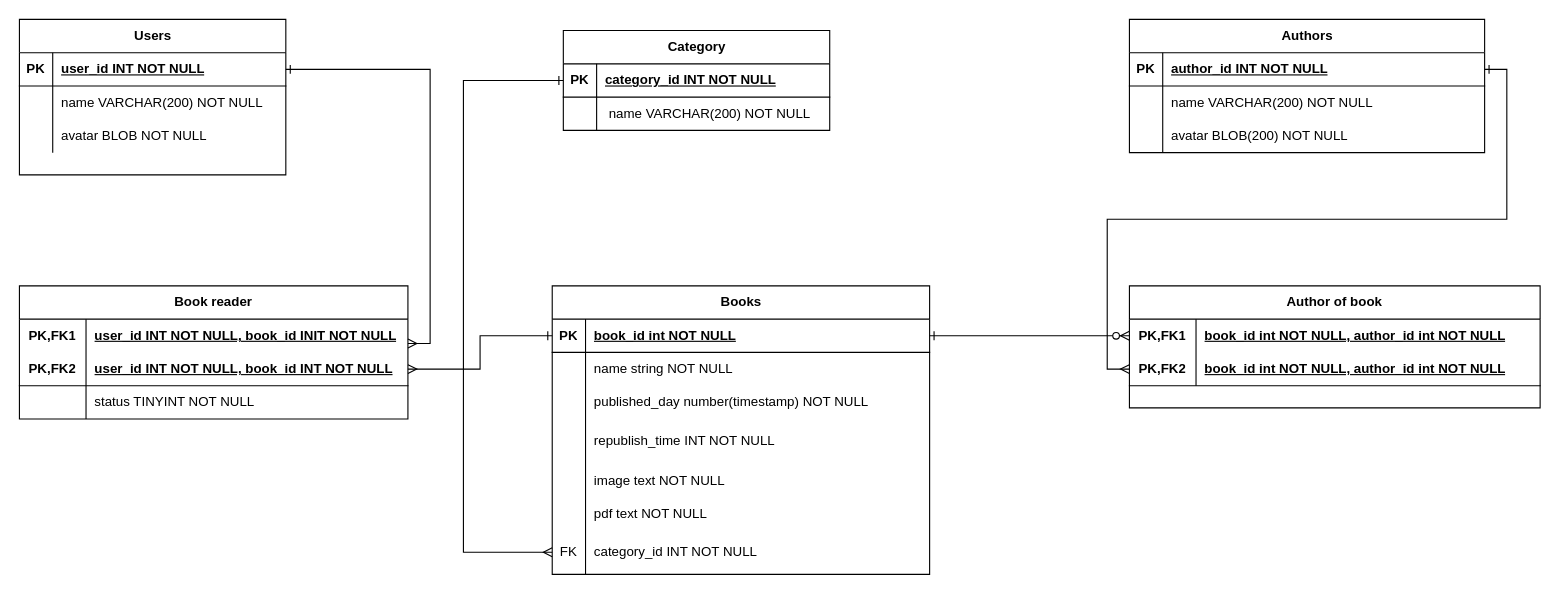
This is database.drawio from hoainam1998/Book_App, a draw.io file, before an edit. Source tidied: cells renumbered, new cells numbered last; positions are measured from the earlier drawing's top-left corner, leaving out a move shared by most shapes. Both pictures are drawn from the tidied source at 111%, with x=0, y=0 at pixel (19, 19).
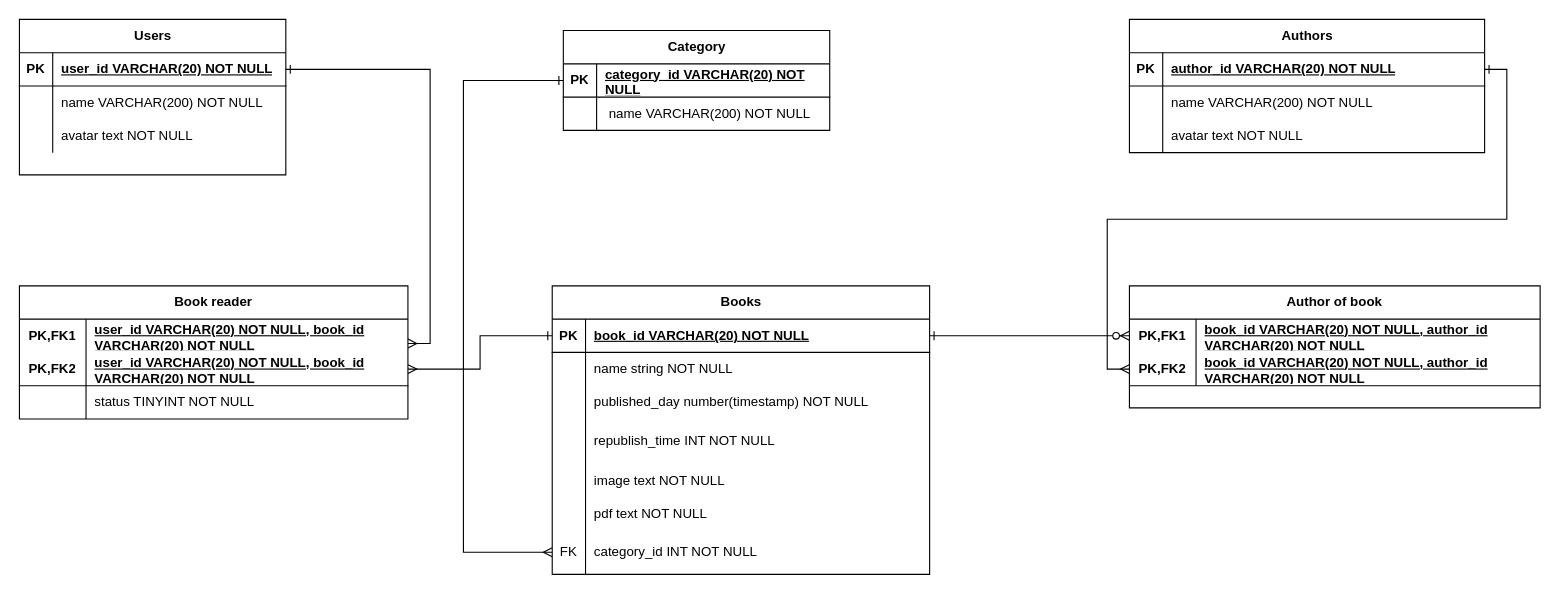
Above is the later version.

The change refers to these unchanged cells:
```xml
<mxCell id="4" style="shape=tableRow;horizontal=0;startSize=0;swimlaneHead=0;swimlaneBody=0;fillColor=none;points=[[0,0.5],[1,0.5]];portConstraint=eastwest;top=0;left=0;right=0;bottom=0;html=1;" parent="3" vertex="1">
  <mxGeometry y="30" width="370" height="30" as="geometry" />
</mxCell>
<mxCell id="7" style="shape=tableRow;horizontal=0;startSize=0;swimlaneHead=0;swimlaneBody=0;fillColor=none;points=[[0,0.5],[1,0.5]];portConstraint=eastwest;top=0;left=0;right=0;bottom=1;html=1;" parent="3" vertex="1">
  <mxGeometry y="60" width="370" height="30" as="geometry" />
</mxCell>
<mxCell id="11" style="shape=tableRow;horizontal=0;startSize=0;swimlaneHead=0;swimlaneBody=0;fillColor=none;points=[[0,0.5],[1,0.5]];portConstraint=eastwest;top=0;left=0;right=0;bottom=1;" parent="10" vertex="1">
  <mxGeometry y="30" width="320" height="30" as="geometry" />
</mxCell>
<mxCell id="17" style="shape=tableRow;horizontal=0;startSize=0;swimlaneHead=0;swimlaneBody=0;fillColor=none;top=0;left=0;right=0;bottom=0;" parent="10" vertex="1">
  <mxGeometry y="90" width="320" height="30" as="geometry" />
</mxCell>
<mxCell id="22" style="shape=tableRow;horizontal=0;startSize=0;swimlaneHead=0;swimlaneBody=0;fillColor=none;top=0;left=0;right=0;bottom=1;" parent="21" vertex="1">
  <mxGeometry y="30" width="240" height="30" as="geometry" />
</mxCell>
<mxCell id="29" style="shape=tableRow;horizontal=0;startSize=0;swimlaneHead=0;swimlaneBody=0;fillColor=none;points=[[0,0.5],[1,0.5]];portConstraint=eastwest;top=0;left=0;right=0;bottom=1;" parent="28" vertex="1">
  <mxGeometry y="30" width="340" height="30" as="geometry" />
</mxCell>
<mxCell id="51" style="shape=tableRow;horizontal=0;startSize=0;swimlaneHead=0;swimlaneBody=0;fillColor=none;points=[[0,0.5],[1,0.5]];portConstraint=eastwest;top=0;left=0;right=0;bottom=1;" parent="50" vertex="1">
  <mxGeometry y="30" width="240" height="30" as="geometry" />
</mxCell>
<mxCell id="57" style="shape=tableRow;horizontal=0;startSize=0;swimlaneHead=0;swimlaneBody=0;fillColor=none;top=0;left=0;right=0;bottom=0;" parent="50" vertex="1">
  <mxGeometry y="90" width="240" height="30" as="geometry" />
</mxCell>
<mxCell id="61" style="shape=tableRow;horizontal=0;startSize=0;swimlaneHead=0;swimlaneBody=0;fillColor=none;points=[[0,0.5],[1,0.5]];portConstraint=eastwest;top=0;left=0;right=0;bottom=0;html=1;" parent="60" vertex="1">
  <mxGeometry y="30" width="350" height="30" as="geometry" />
</mxCell>
<mxCell id="64" style="shape=tableRow;horizontal=0;startSize=0;swimlaneHead=0;swimlaneBody=0;fillColor=none;points=[[0,0.5],[1,0.5]];portConstraint=eastwest;top=0;left=0;right=0;bottom=1;html=1;" parent="60" vertex="1">
  <mxGeometry y="60" width="350" height="30" as="geometry" />
</mxCell>
```

Change to the diagram source:
```diff
@@
-    <mxCell id="6" value="book_id int NOT NULL, author_id int NOT NULL" style="shape=partialRectangle;fillColor=none;top=0;left=0;bottom=0;right=0;align=left;spacingLeft=6;fontStyle=5;overflow=hidden;html=1;whiteSpace=wrap;" parent="4" vertex="1">
+    <mxCell id="6" value="book_id VARCHAR(20) NOT NULL, author_id VARCHAR(20) NOT NULL" style="shape=partialRectangle;fillColor=none;top=0;left=0;bottom=0;right=0;align=left;spacingLeft=6;fontStyle=5;overflow=hidden;html=1;whiteSpace=wrap;" parent="4" vertex="1">
       <mxGeometry x="60" width="310" height="30" as="geometry" />
     </mxCell>
@@
-    <mxCell id="9" value="book_id int NOT NULL, author_id int NOT NULL" style="shape=partialRectangle;fillColor=none;top=0;left=0;bottom=0;right=0;align=left;spacingLeft=6;fontStyle=5;overflow=hidden;html=1;whiteSpace=wrap;" parent="7" vertex="1">
+    <mxCell id="9" value="book_id VARCHAR(20) NOT NULL, author_id VARCHAR(20) NOT NULL" style="shape=partialRectangle;fillColor=none;top=0;left=0;bottom=0;right=0;align=left;spacingLeft=6;fontStyle=5;overflow=hidden;html=1;whiteSpace=wrap;" parent="7" vertex="1">
       <mxGeometry x="60" width="310" height="30" as="geometry" />
     </mxCell>
@@
-    <mxCell id="13" value="author_id INT NOT NULL" style="shape=partialRectangle;fillColor=none;top=0;left=0;bottom=0;right=0;align=left;spacingLeft=6;fontStyle=5;overflow=hidden;whiteSpace=wrap;html=1;" parent="11" vertex="1">
+    <mxCell id="13" value="author_id VARCHAR(20) NOT NULL" style="shape=partialRectangle;fillColor=none;top=0;left=0;bottom=0;right=0;align=left;spacingLeft=6;fontStyle=5;overflow=hidden;whiteSpace=wrap;html=1;" parent="11" vertex="1">
       <mxGeometry x="30" width="290" height="30" as="geometry" />
     </mxCell>
@@
-    <mxCell id="19" value="avatar BLOB(200) NOT NULL" style="shape=partialRectangle;fillColor=none;top=0;left=0;bottom=0;right=0;align=left;spacingLeft=6;overflow=hidden;whiteSpace=wrap;html=1;" parent="17" vertex="1">
+    <mxCell id="19" value="avatar text NOT NULL" style="shape=partialRectangle;fillColor=none;top=0;left=0;bottom=0;right=0;align=left;spacingLeft=6;overflow=hidden;whiteSpace=wrap;html=1;" parent="17" vertex="1">
       <mxGeometry x="30" width="290" height="30" as="geometry" />
     </mxCell>
@@
-    <mxCell id="24" value="category_id INT NOT NULL" style="shape=partialRectangle;fillColor=none;top=0;left=0;bottom=0;right=0;align=left;spacingLeft=6;fontStyle=5;overflow=hidden;whiteSpace=wrap;html=1;" parent="22" vertex="1">
+    <mxCell id="24" value="category_id VARCHAR(20) NOT NULL" style="shape=partialRectangle;fillColor=none;top=0;left=0;bottom=0;right=0;align=left;spacingLeft=6;fontStyle=5;overflow=hidden;whiteSpace=wrap;html=1;" parent="22" vertex="1">
       <mxGeometry x="30" width="210" height="30" as="geometry" />
     </mxCell>
@@
-    <mxCell id="31" value="book_id int NOT NULL" style="shape=partialRectangle;fillColor=none;top=0;left=0;bottom=0;right=0;align=left;spacingLeft=6;fontStyle=5;overflow=hidden;whiteSpace=wrap;html=1;" parent="29" vertex="1">
+    <mxCell id="31" value="book_id VARCHAR(20) NOT NULL" style="shape=partialRectangle;fillColor=none;top=0;left=0;bottom=0;right=0;align=left;spacingLeft=6;fontStyle=5;overflow=hidden;whiteSpace=wrap;html=1;" parent="29" vertex="1">
       <mxGeometry x="30" width="310" height="30" as="geometry" />
     </mxCell>
@@
-    <mxCell id="53" value="user_id INT NOT NULL" style="shape=partialRectangle;fillColor=none;top=0;left=0;bottom=0;right=0;align=left;spacingLeft=6;fontStyle=5;overflow=hidden;whiteSpace=wrap;html=1;" parent="51" vertex="1">
+    <mxCell id="53" value="user_id VARCHAR(20) NOT NULL" style="shape=partialRectangle;fillColor=none;top=0;left=0;bottom=0;right=0;align=left;spacingLeft=6;fontStyle=5;overflow=hidden;whiteSpace=wrap;html=1;" parent="51" vertex="1">
       <mxGeometry x="30" width="210" height="30" as="geometry" />
     </mxCell>
@@
-    <mxCell id="59" value="avatar BLOB NOT NULL" style="shape=partialRectangle;fillColor=none;top=0;left=0;bottom=0;right=0;align=left;spacingLeft=6;overflow=hidden;whiteSpace=wrap;html=1;" parent="57" vertex="1">
+    <mxCell id="59" value="avatar text NOT NULL" style="shape=partialRectangle;fillColor=none;top=0;left=0;bottom=0;right=0;align=left;spacingLeft=6;overflow=hidden;whiteSpace=wrap;html=1;" parent="57" vertex="1">
       <mxGeometry x="30" width="210" height="30" as="geometry" />
     </mxCell>
@@
-    <mxCell id="63" value="user_id INT NOT NULL, book_id INIT NOT NULL" style="shape=partialRectangle;fillColor=none;top=0;left=0;bottom=0;right=0;align=left;spacingLeft=6;fontStyle=5;overflow=hidden;html=1;whiteSpace=wrap;" parent="61" vertex="1">
+    <mxCell id="63" value="user_id VARCHAR(20) NOT NULL, book_id VARCHAR(20) NOT NULL" style="shape=partialRectangle;fillColor=none;top=0;left=0;bottom=0;right=0;align=left;spacingLeft=6;fontStyle=5;overflow=hidden;html=1;whiteSpace=wrap;" parent="61" vertex="1">
       <mxGeometry x="60" width="290" height="30" as="geometry" />
     </mxCell>
@@
-    <mxCell id="66" value="user_id INT NOT NULL, book_id INT NOT NULL" style="shape=partialRectangle;fillColor=none;top=0;left=0;bottom=0;right=0;align=left;spacingLeft=6;fontStyle=5;overflow=hidden;html=1;whiteSpace=wrap;" parent="64" vertex="1">
+    <mxCell id="66" value="user_id VARCHAR(20) NOT NULL, book_id VARCHAR(20) NOT NULL" style="shape=partialRectangle;fillColor=none;top=0;left=0;bottom=0;right=0;align=left;spacingLeft=6;fontStyle=5;overflow=hidden;html=1;whiteSpace=wrap;" parent="64" vertex="1">
       <mxGeometry x="60" width="290" height="30" as="geometry" />
     </mxCell>
```
